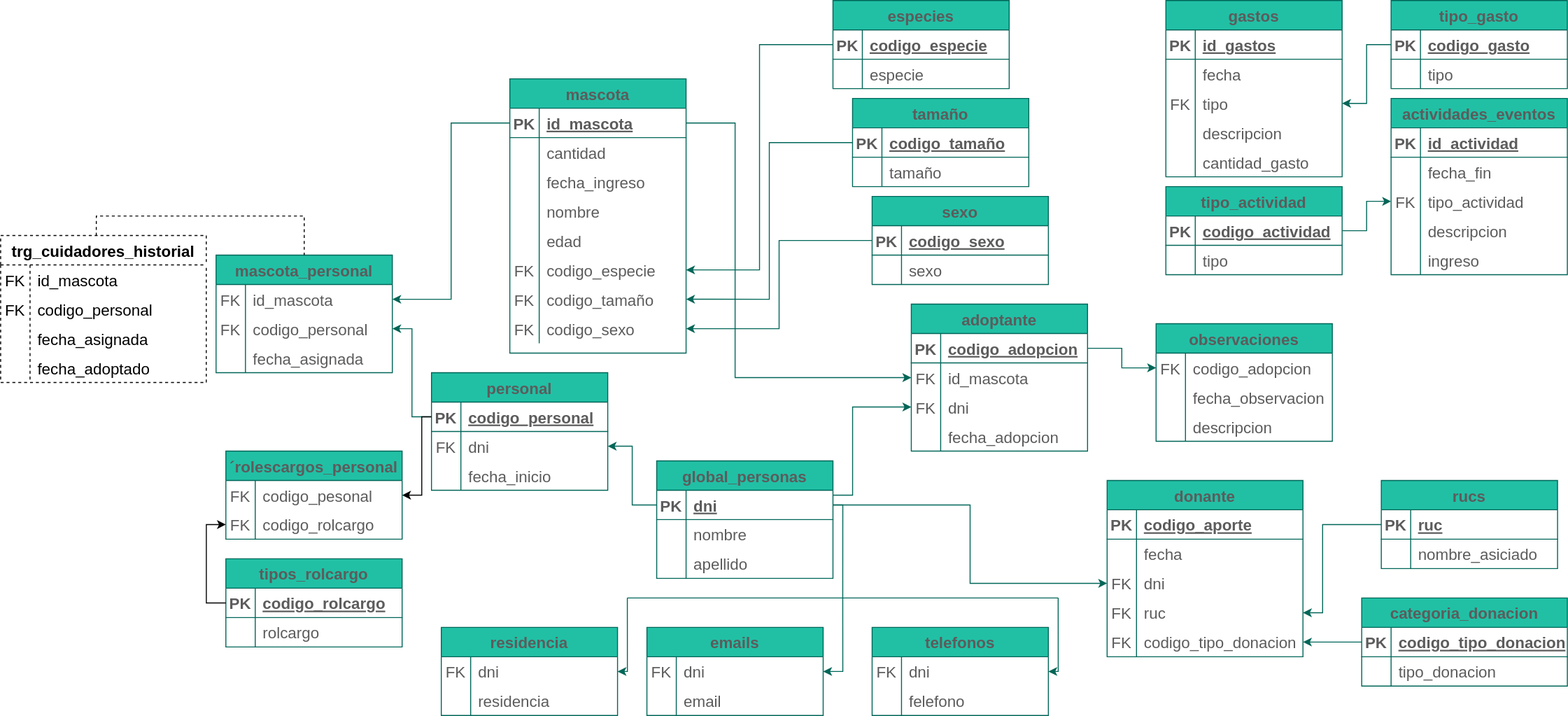
Before: diagramas/tablas/Untitled Diagram.drawio.svg, a diagram exported from draw.io (Leo-Spj/SQL-CoderHouse). Source tidied: cells renumbered, new cells last; positions are measured from the earlier drawing's top-left corner, leaving out a move shared by most shapes.
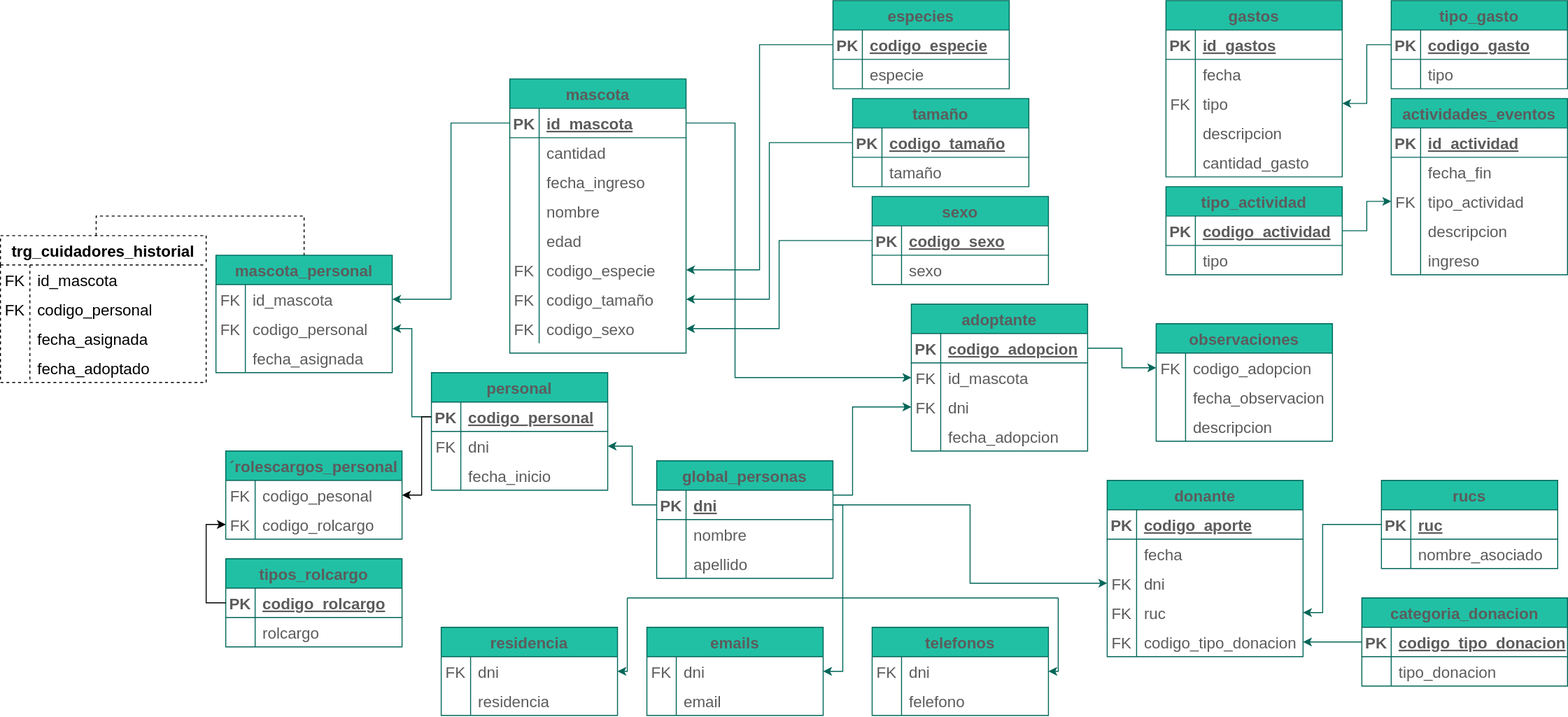
Above is the later version.

The edit, as a diff of the source:
```diff
@@ -389,7 +389,7 @@
     <mxCell id="130" style="shape=partialRectangle;fillColor=none;top=0;left=0;bottom=0;right=0;overflow=hidden;fontSize=16;strokeColor=#006658;fontColor=#5C5C5C;" parent="129" vertex="1">
       <mxGeometry width="30" height="30" as="geometry" />
     </mxCell>
-    <mxCell id="131" value="nombre_asiciado" style="shape=partialRectangle;fillColor=none;top=0;left=0;bottom=0;right=0;align=left;spacingLeft=6;overflow=hidden;fontSize=16;strokeColor=#006658;fontColor=#5C5C5C;" parent="129" vertex="1">
+    <mxCell id="131" value="nombre_asociado" style="shape=partialRectangle;fillColor=none;top=0;left=0;bottom=0;right=0;align=left;spacingLeft=6;overflow=hidden;fontSize=16;strokeColor=#006658;fontColor=#5C5C5C;" parent="129" vertex="1">
       <mxGeometry x="30" width="150" height="30" as="geometry" />
     </mxCell>
     <mxCell id="132" style="edgeStyle=orthogonalEdgeStyle;rounded=0;jettySize=auto;html=1;elbow=vertical;fontSize=16;strokeColor=#006658;fontColor=#5C5C5C;" parent="1" edge="1" source="126" target="119">
```
